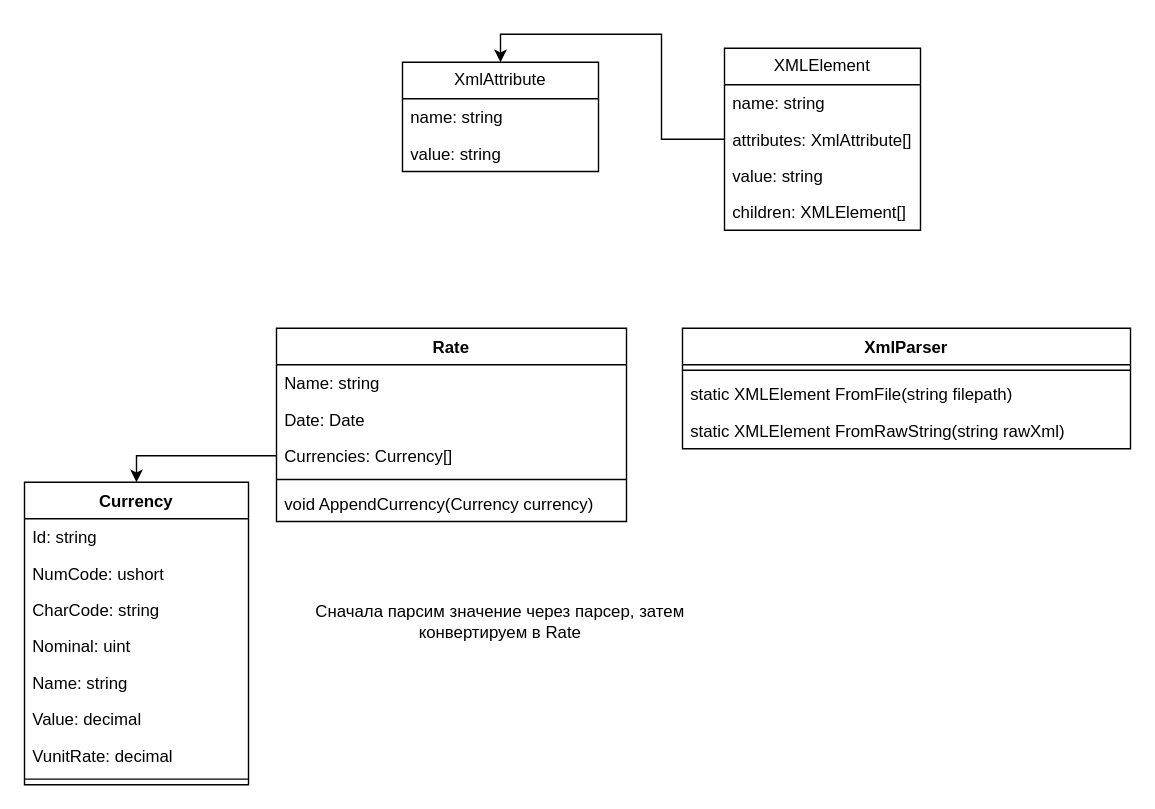
Earlier version of the draw.io diagram Cbr/docs/CbrArchitecture.drawio (alozhka/TLOnboarding). Source tidied: cells renumbered, new cells numbered last; positions are measured from the earlier drawing's top-left corner, leaving out a move shared by most shapes. Both pictures are drawn from the tidied source at 140%, with x=0, y=0 at pixel (24, 48).
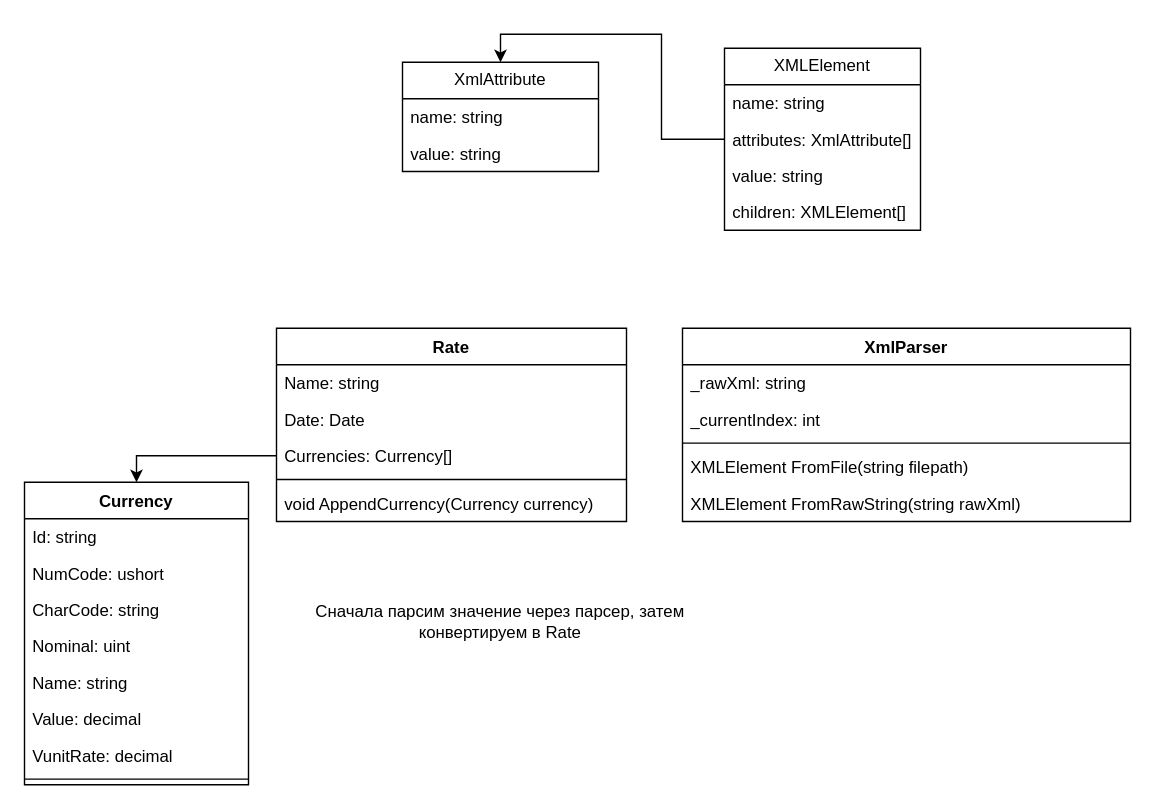
The same page after the edit.

Commit message (it also covers changes not shown here):
Добавил комментариев для пояснения

Change to the diagram source:
```diff
@@
     <mxCell id="18" value="XmlParser" style="swimlane;fontStyle=1;align=center;verticalAlign=top;horizontal=1;startSize=26;whiteSpace=wrap;html=1;" parent="1" vertex="1">
-      <mxGeometry x="470" y="200" width="320" height="86" as="geometry" />
+      <mxGeometry x="470" y="200" width="320" height="138" as="geometry" />
     </mxCell>
+    <mxCell id="32" value="_rawXml: string" style="text;strokeColor=none;fillColor=none;align=left;verticalAlign=top;spacingLeft=4;spacingRight=4;overflow=hidden;whiteSpace=wrap;html=1;" parent="18" vertex="1">
+      <mxGeometry y="26" width="320" height="26" as="geometry" />
+    </mxCell>
+    <mxCell id="33" value="_currentIndex: int" style="text;strokeColor=none;fillColor=none;align=left;verticalAlign=top;spacingLeft=4;spacingRight=4;overflow=hidden;whiteSpace=wrap;html=1;" parent="18" vertex="1">
+      <mxGeometry y="52" width="320" height="26" as="geometry" />
+    </mxCell>
     <mxCell id="19" style="line;strokeWidth=1;fillColor=none;align=left;verticalAlign=middle;spacingTop=-1;spacingLeft=3;spacingRight=3;labelPosition=right;strokeColor=inherit;" parent="18" vertex="1">
-      <mxGeometry y="26" width="320" height="8" as="geometry" />
+      <mxGeometry y="78" width="320" height="8" as="geometry" />
     </mxCell>
-    <mxCell id="20" value="static XMLElement FromFile(string filepath)" style="text;strokeColor=none;fillColor=none;align=left;verticalAlign=top;spacingLeft=4;spacingRight=4;overflow=hidden;whiteSpace=wrap;html=1;" parent="18" vertex="1">
-      <mxGeometry y="34" width="320" height="26" as="geometry" />
+    <mxCell id="20" value="XMLElement FromFile(string filepath)" style="text;strokeColor=none;fillColor=none;align=left;verticalAlign=top;spacingLeft=4;spacingRight=4;overflow=hidden;whiteSpace=wrap;html=1;" parent="18" vertex="1">
+      <mxGeometry y="86" width="320" height="26" as="geometry" />
     </mxCell>
-    <mxCell id="21" value="static XMLElement&amp;nbsp;FromRawString(string rawXml)&lt;span style=&quot;white-space: pre;&quot;&gt;&#9;&lt;/span&gt;" style="text;strokeColor=none;fillColor=none;align=left;verticalAlign=top;spacingLeft=4;spacingRight=4;overflow=hidden;whiteSpace=wrap;html=1;" parent="18" vertex="1">
-      <mxGeometry y="60" width="320" height="26" as="geometry" />
+    <mxCell id="21" value="XMLElement&amp;nbsp;FromRawString(string rawXml)&lt;span style=&quot;white-space: pre;&quot;&gt;&#9;&lt;/span&gt;" style="text;strokeColor=none;fillColor=none;align=left;verticalAlign=top;spacingLeft=4;spacingRight=4;overflow=hidden;whiteSpace=wrap;html=1;" parent="18" vertex="1">
+      <mxGeometry y="112" width="320" height="26" as="geometry" />
     </mxCell>
```
